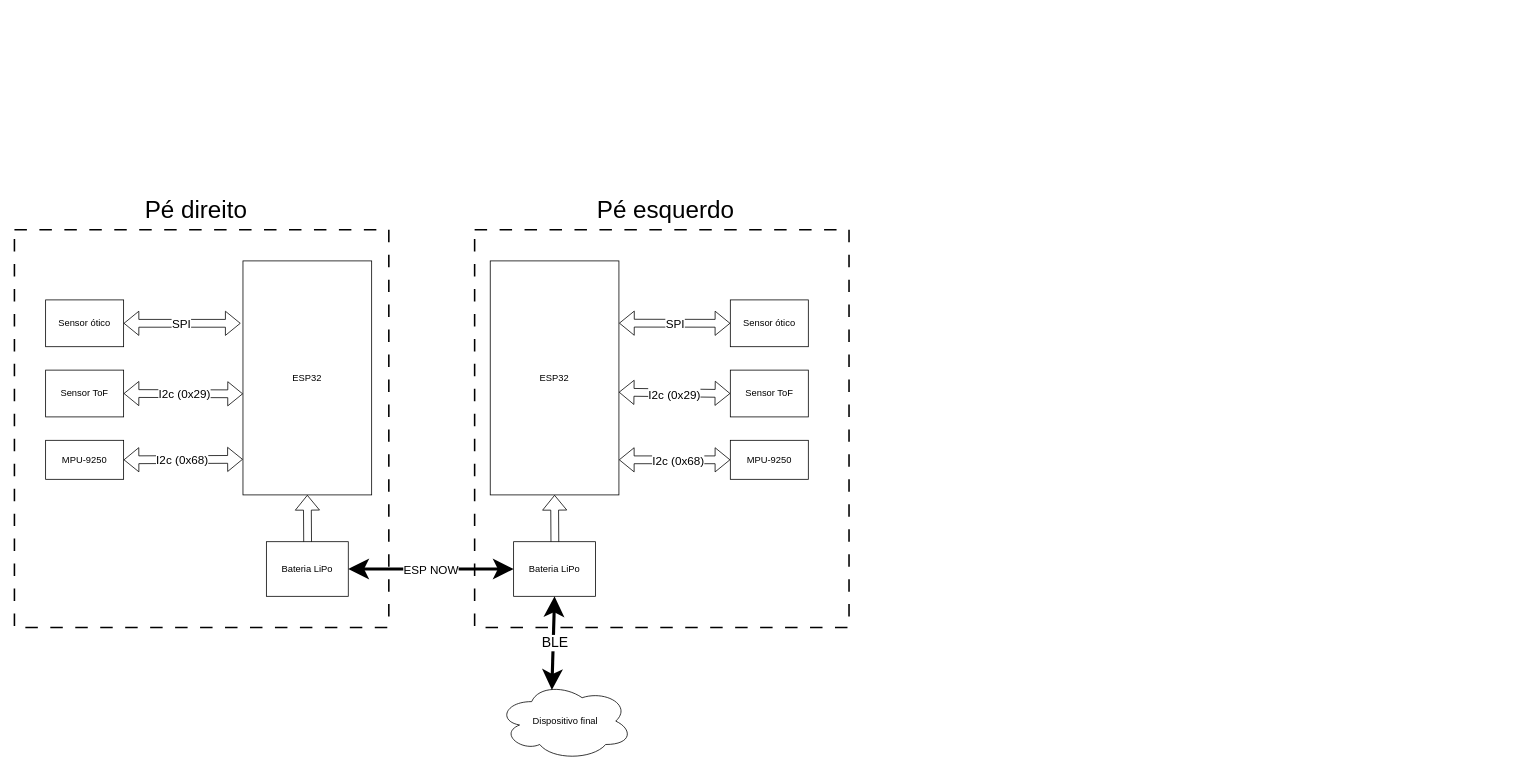
The draw.io diagram diagrama.drawio in SlinkKnight/TCC, before the edit. Source tidied: cells renumbered, new cells numbered last; positions are measured from the earlier drawing's top-left corner, leaving out a move shared by most shapes. Both pictures are drawn from the tidied source at 78%, with x=0, y=0 at pixel (14, 198).
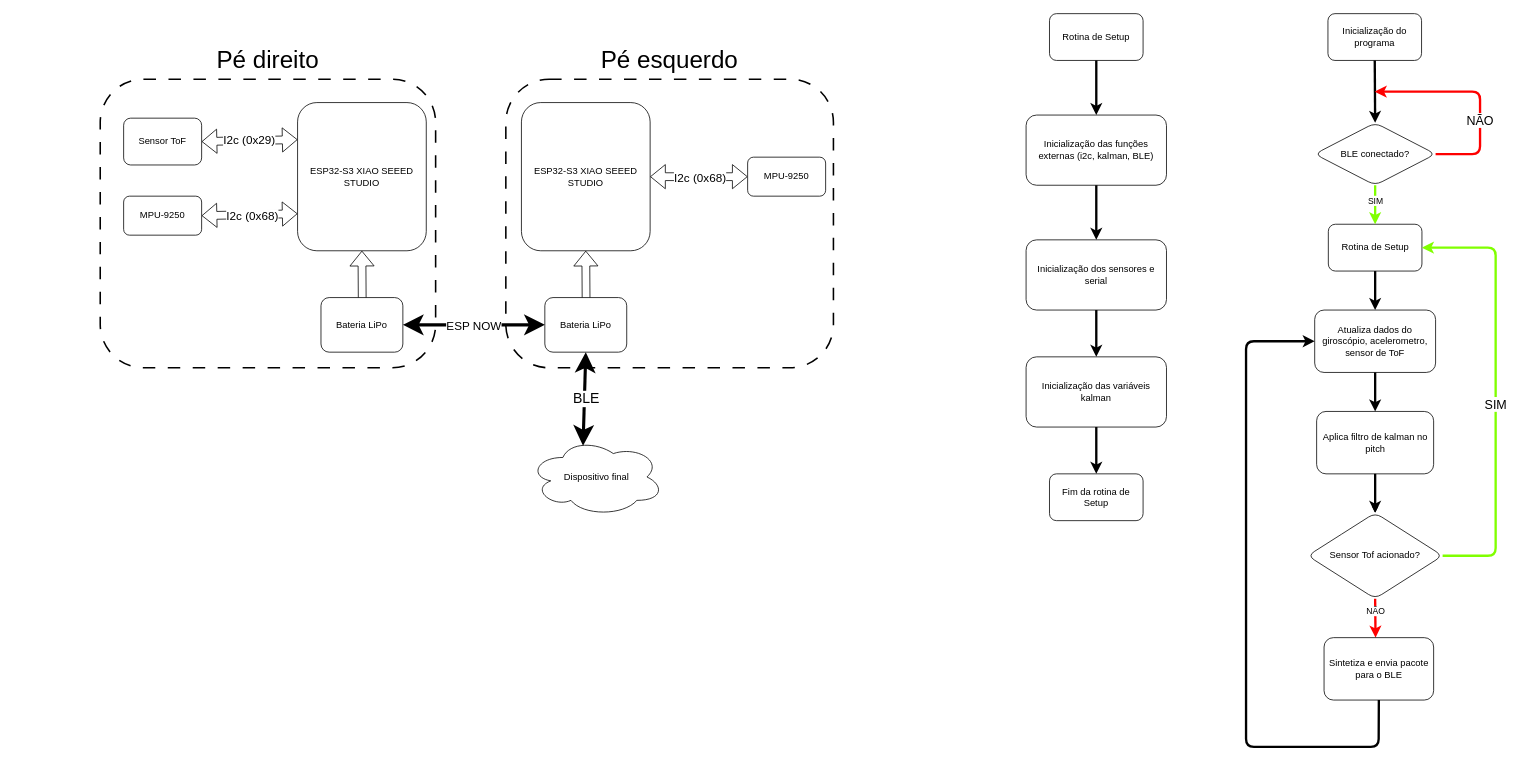
The same page after the edit.

Diff of the diagram source:
```diff
@@
-<mxGraphModel>
+<mxGraphModel background="light-dark(#FFFFFF,#FFFFFF)">
@@
-    <mxCell id="2" value="&lt;div&gt;ESP32&lt;/div&gt;" style="rounded=0;whiteSpace=wrap;html=1;" parent="1" vertex="1">
-      <mxGeometry x="293" y="80" width="165" height="300" as="geometry" />
+    <mxCell id="2" value="&lt;div&gt;ESP32-S3 XIAO SEEED STUDIO&lt;/div&gt;" style="rounded=1;whiteSpace=wrap;html=1;" parent="1" vertex="1">
+      <mxGeometry x="363" y="-123" width="165" height="190" as="geometry" />
     </mxCell>
-    <mxCell id="3" style="shape=flexArrow;endArrow=classic;startArrow=classic;html=1;rounded=0;entryX=1;entryY=0.5;entryDx=0;entryDy=0;exitX=-0.001;exitY=0.848;exitDx=0;exitDy=0;exitPerimeter=0;" parent="1" edge="1" source="2" target="5">
+    <mxCell id="3" style="shape=flexArrow;endArrow=classic;startArrow=classic;html=1;rounded=1;entryX=1;entryY=0.5;entryDx=0;entryDy=0;exitX=0;exitY=0.75;exitDx=0;exitDy=0;" parent="1" edge="1" source="2" target="5">
       <mxGeometry relative="1" as="geometry" />
     </mxCell>
-    <mxCell id="4" value="I2c (0x68)" style="edgeLabel;html=1;align=center;verticalAlign=middle;fontSize=15;" parent="3" vertex="1">
+    <mxCell id="4" value="I2c (0x68)" style="edgeLabel;html=1;align=center;verticalAlign=middle;fontSize=15;rounded=1;" parent="3" vertex="1">
       <mxGeometry x="0.3" y="5" relative="1" as="geometry">
         <mxPoint x="21" y="-5" as="offset" />
       </mxGeometry>
     </mxCell>
+    <mxCell id="9" style="rounded=1;whiteSpace=wrap;html=1;fillColor=none;dashed=1;dashPattern=8 8;strokeWidth=2;" parent="1" vertex="1">
+      <mxGeometry x="110" y="-153" width="430" height="370" as="geometry" />
+    </mxCell>
-    <mxCell id="5" value="MPU-9250" style="rounded=0;whiteSpace=wrap;html=1;" parent="1" vertex="1">
-      <mxGeometry x="40" y="310" width="100" height="50" as="geometry" />
+    <mxCell id="5" value="MPU-9250" style="rounded=1;whiteSpace=wrap;html=1;" parent="1" vertex="1">
+      <mxGeometry x="140" y="-3" width="100" height="50" as="geometry" />
     </mxCell>
-    <mxCell id="6" value="Sensor ToF" style="rounded=0;whiteSpace=wrap;html=1;" parent="1" vertex="1">
-      <mxGeometry x="40" y="220" width="100" height="60" as="geometry" />
+    <mxCell id="6" value="Sensor ToF" style="rounded=1;whiteSpace=wrap;html=1;" parent="1" vertex="1">
+      <mxGeometry x="140" y="-103" width="100" height="60" as="geometry" />
     </mxCell>
-    <mxCell id="7" style="shape=flexArrow;endArrow=classic;startArrow=classic;html=1;rounded=0;exitX=0;exitY=0.568;exitDx=0;exitDy=0;entryX=1;entryY=0.5;entryDx=0;entryDy=0;exitPerimeter=0;" parent="1" edge="1" source="2" target="6">
+    <mxCell id="7" style="shape=flexArrow;endArrow=classic;startArrow=classic;html=1;rounded=1;exitX=0;exitY=0.25;exitDx=0;exitDy=0;entryX=1;entryY=0.5;entryDx=0;entryDy=0;" parent="1" edge="1" source="2" target="6">
       <mxGeometry relative="1" as="geometry" />
     </mxCell>
-    <mxCell id="8" value="&lt;font style=&quot;font-size: 15px;&quot;&gt;I2c (0x29)&lt;/font&gt;" style="edgeLabel;html=1;align=center;verticalAlign=middle;" parent="7" vertex="1">
+    <mxCell id="8" value="&lt;font style=&quot;font-size: 15px;&quot;&gt;I2c (0x29)&lt;/font&gt;" style="edgeLabel;html=1;align=center;verticalAlign=middle;rounded=1;" parent="7" vertex="1">
       <mxGeometry x="-0.09" y="-1" relative="1" as="geometry">
         <mxPoint x="-6" as="offset" />
       </mxGeometry>
     </mxCell>
-    <mxCell id="9" style="rounded=0;whiteSpace=wrap;html=1;fillColor=none;dashed=1;dashPattern=8 8;strokeWidth=2;" parent="1" vertex="1">
-      <mxGeometry y="40" width="480" height="510" as="geometry" />
-    </mxCell>
-    <mxCell id="10" style="shape=flexArrow;endArrow=classic;startArrow=classic;html=1;rounded=0;entryX=1;entryY=0.5;entryDx=0;entryDy=0;" parent="1" edge="1" target="12">
-      <mxGeometry relative="1" as="geometry">
-        <mxPoint x="290" y="160" as="sourcePoint" />
-      </mxGeometry>
-    </mxCell>
-    <mxCell id="11" value="SPI" style="edgeLabel;html=1;align=center;verticalAlign=middle;fontSize=15;labelBorderColor=none;" parent="10" vertex="1">
-      <mxGeometry x="0.17" y="5" relative="1" as="geometry">
-        <mxPoint x="11" y="-5" as="offset" />
-      </mxGeometry>
-    </mxCell>
-    <mxCell id="12" value="Sensor ótico" style="rounded=0;whiteSpace=wrap;html=1;" parent="1" vertex="1">
-      <mxGeometry x="40" y="130" width="100" height="60" as="geometry" />
-    </mxCell>
-    <mxCell id="13" style="shape=flexArrow;endArrow=classic;html=1;rounded=0;entryX=0.5;entryY=1;entryDx=0;entryDy=0;" parent="1" edge="1">
+    <mxCell id="13" style="shape=flexArrow;endArrow=classic;html=1;rounded=1;entryX=0.5;entryY=1;entryDx=0;entryDy=0;" parent="1" edge="1">
       <mxGeometry relative="1" as="geometry">
-        <mxPoint x="376" y="460" as="sourcePoint" />
-        <mxPoint x="375.5" y="380" as="targetPoint" />
+        <mxPoint x="446" y="147" as="sourcePoint" />
+        <mxPoint x="445.5" y="67" as="targetPoint" />
       </mxGeometry>
     </mxCell>
-    <mxCell id="14" value="Bateria LiPo" style="rounded=0;whiteSpace=wrap;html=1;" parent="1" vertex="1">
-      <mxGeometry x="323" y="440" width="105" height="70" as="geometry" />
+    <mxCell id="14" value="Bateria LiPo" style="rounded=1;whiteSpace=wrap;html=1;" parent="1" vertex="1">
+      <mxGeometry x="393" y="127" width="105" height="70" as="geometry" />
     </mxCell>
-    <mxCell id="15" value="&lt;div&gt;ESP32&lt;/div&gt;" style="rounded=0;whiteSpace=wrap;html=1;" parent="1" vertex="1">
-      <mxGeometry x="610" y="80" width="165" height="300" as="geometry" />
+    <mxCell id="15" value="&lt;div&gt;ESP32&lt;span style=&quot;background-color: transparent; color: light-dark(rgb(0, 0, 0), rgb(255, 255, 255));&quot;&gt;-S3 XIAO SEEED STUDIO&lt;/span&gt;&lt;/div&gt;" style="rounded=1;whiteSpace=wrap;html=1;" parent="1" vertex="1">
+      <mxGeometry x="650" y="-123" width="165" height="190" as="geometry" />
     </mxCell>
-    <mxCell id="16" style="shape=flexArrow;endArrow=classic;startArrow=classic;html=1;rounded=0;entryX=0;entryY=0.5;entryDx=0;entryDy=0;exitX=1;exitY=0.85;exitDx=0;exitDy=0;exitPerimeter=0;" parent="1" edge="1" source="15" target="18">
+    <mxCell id="16" style="shape=flexArrow;endArrow=classic;startArrow=classic;html=1;rounded=1;entryX=0;entryY=0.5;entryDx=0;entryDy=0;exitX=1;exitY=0.5;exitDx=0;exitDy=0;" parent="1" edge="1" source="15" target="18">
       <mxGeometry relative="1" as="geometry" />
     </mxCell>
-    <mxCell id="17" value="I2c (0x68)" style="edgeLabel;html=1;align=center;verticalAlign=middle;fontSize=15;" parent="16" vertex="1">
+    <mxCell id="17" value="I2c (0x68)" style="edgeLabel;html=1;align=center;verticalAlign=middle;fontSize=15;rounded=1;" parent="16" vertex="1">
       <mxGeometry x="0.3" y="5" relative="1" as="geometry">
         <mxPoint x="-18" y="5" as="offset" />
       </mxGeometry>
     </mxCell>
-    <mxCell id="18" value="MPU-9250" style="rounded=0;whiteSpace=wrap;html=1;" parent="1" vertex="1">
-      <mxGeometry x="917.8" y="310" width="100" height="50" as="geometry" />
+    <mxCell id="18" value="MPU-9250" style="rounded=1;whiteSpace=wrap;html=1;" parent="1" vertex="1">
+      <mxGeometry x="940" y="-53" width="100" height="50" as="geometry" />
     </mxCell>
-    <mxCell id="19" value="Sensor ToF" style="rounded=0;whiteSpace=wrap;html=1;" parent="1" vertex="1">
-      <mxGeometry x="917.8" y="220" width="100" height="60" as="geometry" />
-    </mxCell>
-    <mxCell id="20" style="shape=flexArrow;endArrow=classic;startArrow=classic;html=1;rounded=0;exitX=0.999;exitY=0.561;exitDx=0;exitDy=0;exitPerimeter=0;entryX=0;entryY=0.5;entryDx=0;entryDy=0;" parent="1" edge="1" source="15" target="19">
-      <mxGeometry relative="1" as="geometry" />
-    </mxCell>
-    <mxCell id="21" value="&lt;font style=&quot;font-size: 15px;&quot;&gt;I2c (0x29)&lt;/font&gt;" style="edgeLabel;html=1;align=center;verticalAlign=middle;" parent="20" vertex="1">
-      <mxGeometry x="-0.09" y="-1" relative="1" as="geometry">
-        <mxPoint x="6" as="offset" />
-      </mxGeometry>
-    </mxCell>
-    <mxCell id="22" style="shape=flexArrow;endArrow=classic;startArrow=classic;html=1;rounded=0;entryX=0;entryY=0.5;entryDx=0;entryDy=0;exitX=1.001;exitY=0.266;exitDx=0;exitDy=0;exitPerimeter=0;" parent="1" edge="1" source="15" target="24">
-      <mxGeometry relative="1" as="geometry" />
-    </mxCell>
-    <mxCell id="23" value="SPI" style="edgeLabel;html=1;align=center;verticalAlign=middle;fontSize=15;labelBorderColor=none;" parent="22" vertex="1">
-      <mxGeometry x="0.17" y="5" relative="1" as="geometry">
-        <mxPoint x="-12" y="5" as="offset" />
-      </mxGeometry>
-    </mxCell>
-    <mxCell id="24" value="Sensor ótico" style="rounded=0;whiteSpace=wrap;html=1;" parent="1" vertex="1">
-      <mxGeometry x="917.8" y="130" width="100" height="60" as="geometry" />
-    </mxCell>
-    <mxCell id="25" style="shape=flexArrow;endArrow=classic;html=1;rounded=0;entryX=0.5;entryY=1;entryDx=0;entryDy=0;" parent="1" edge="1">
+    <mxCell id="25" style="shape=flexArrow;endArrow=classic;html=1;rounded=1;entryX=0.5;entryY=1;entryDx=0;entryDy=0;" parent="1" edge="1">
       <mxGeometry relative="1" as="geometry">
-        <mxPoint x="693" y="460" as="sourcePoint" />
-        <mxPoint x="692.5" y="380" as="targetPoint" />
+        <mxPoint x="733" y="147" as="sourcePoint" />
+        <mxPoint x="732.5" y="67" as="targetPoint" />
       </mxGeometry>
     </mxCell>
-    <mxCell id="26" value="Bateria LiPo" style="rounded=0;whiteSpace=wrap;html=1;" parent="1" vertex="1">
-      <mxGeometry x="640" y="440" width="105" height="70" as="geometry" />
+    <mxCell id="26" value="Bateria LiPo" style="rounded=1;whiteSpace=wrap;html=1;" parent="1" vertex="1">
+      <mxGeometry x="680" y="127" width="105" height="70" as="geometry" />
     </mxCell>
-    <mxCell id="27" value="Pé direito" style="text;html=1;whiteSpace=wrap;strokeColor=none;fillColor=none;align=center;verticalAlign=middle;rounded=0;fontSize=31;" parent="1" vertex="1">
-      <mxGeometry x="143" width="180" height="30" as="geometry" />
+    <mxCell id="27" value="Pé direito" style="text;html=1;whiteSpace=wrap;strokeColor=none;fillColor=none;align=center;verticalAlign=middle;rounded=1;fontSize=31;" parent="1" vertex="1">
+      <mxGeometry x="235" y="-193" width="180" height="30" as="geometry" />
     </mxCell>
-    <mxCell id="28" style="rounded=0;whiteSpace=wrap;html=1;fillColor=none;dashed=1;dashPattern=8 8;strokeWidth=2;" parent="1" vertex="1">
-      <mxGeometry x="590" y="40" width="480" height="510" as="geometry" />
-    </mxCell>
-    <mxCell id="29" value="Pé esquerdo" style="text;html=1;whiteSpace=wrap;strokeColor=none;fillColor=none;align=center;verticalAlign=middle;rounded=0;fontSize=31;" parent="1" vertex="1">
-      <mxGeometry x="745" width="180" height="30" as="geometry" />
+    <mxCell id="29" value="Pé esquerdo" style="text;html=1;whiteSpace=wrap;strokeColor=none;fillColor=none;align=center;verticalAlign=middle;rounded=1;fontSize=31;" parent="1" vertex="1">
+      <mxGeometry x="750" y="-193" width="180" height="30" as="geometry" />
     </mxCell>
-    <mxCell id="30" style="endArrow=classic;startArrow=classic;html=1;rounded=0;exitX=1;exitY=0.5;exitDx=0;exitDy=0;entryX=0;entryY=0.5;entryDx=0;entryDy=0;endSize=14;startSize=14;strokeWidth=4;" parent="1" edge="1" source="14" target="26">
+    <mxCell id="30" style="endArrow=classic;startArrow=classic;html=1;rounded=1;exitX=1;exitY=0.5;exitDx=0;exitDy=0;entryX=0;entryY=0.5;entryDx=0;entryDy=0;endSize=14;startSize=14;strokeWidth=4;" parent="1" edge="1" source="14" target="26">
       <mxGeometry relative="1" as="geometry" />
     </mxCell>
-    <mxCell id="31" value="ESP NOW" style="edgeLabel;html=1;align=center;verticalAlign=middle;fontSize=15;" parent="30" vertex="1">
+    <mxCell id="31" value="ESP NOW" style="edgeLabel;html=1;align=center;verticalAlign=middle;fontSize=15;rounded=1;" parent="30" vertex="1">
       <mxGeometry x="0.03" y="4" relative="1" as="geometry">
         <mxPoint x="-4" y="4" as="offset" />
       </mxGeometry>
     </mxCell>
-    <mxCell id="32" value="Dispositivo final" style="ellipse;shape=cloud;whiteSpace=wrap;html=1;" parent="1" vertex="1">
-      <mxGeometry x="620" y="620" width="172.5" height="100" as="geometry" />
+    <mxCell id="32" value="Dispositivo final" style="ellipse;shape=cloud;whiteSpace=wrap;html=1;rounded=1;" parent="1" vertex="1">
+      <mxGeometry x="660" y="307" width="172.5" height="100" as="geometry" />
     </mxCell>
-    <mxCell id="33" style="endArrow=classic;startArrow=classic;html=1;rounded=0;endSize=14;startSize=14;strokeWidth=4;exitX=0.5;exitY=1;exitDx=0;exitDy=0;entryX=0.4;entryY=0.1;entryDx=0;entryDy=0;entryPerimeter=0;" parent="1" edge="1" source="26" target="32">
+    <mxCell id="33" style="endArrow=classic;startArrow=classic;html=1;rounded=1;endSize=14;startSize=14;strokeWidth=4;exitX=0.5;exitY=1;exitDx=0;exitDy=0;entryX=0.4;entryY=0.1;entryDx=0;entryDy=0;entryPerimeter=0;" parent="1" edge="1" source="26" target="32">
       <mxGeometry relative="1" as="geometry" />
     </mxCell>
-    <mxCell id="34" value="&lt;font style=&quot;font-size: 18px;&quot;&gt;BLE&lt;/font&gt;" style="edgeLabel;html=1;align=center;verticalAlign=middle;fontSize=15;" parent="33" vertex="1">
+    <mxCell id="34" value="&lt;font style=&quot;font-size: 18px;&quot;&gt;BLE&lt;/font&gt;" style="edgeLabel;html=1;align=center;verticalAlign=middle;fontSize=15;rounded=1;" parent="33" vertex="1">
       <mxGeometry x="0.03" y="4" relative="1" as="geometry">
         <mxPoint x="-2" y="-3" as="offset" />
       </mxGeometry>
     </mxCell>
+    <mxCell id="35" style="rounded=1;whiteSpace=wrap;html=1;fillColor=none;dashed=1;dashPattern=8 8;strokeWidth=2;" parent="1" vertex="1">
+      <mxGeometry x="630" y="-153" width="420" height="370" as="geometry" />
+    </mxCell>
+    <mxCell id="36" value="Inicialização do programa" style="rounded=1;whiteSpace=wrap;html=1;labelBackgroundColor=none;" parent="1" vertex="1">
+      <mxGeometry x="1684" y="-237" width="120" height="60" as="geometry" />
+    </mxCell>
+    <mxCell id="37" value="Rotina de Setup" style="rounded=1;whiteSpace=wrap;html=1;labelBackgroundColor=none;" parent="1" vertex="1">
+      <mxGeometry x="1684.5" y="33" width="120" height="60" as="geometry" />
+    </mxCell>
+    <mxCell id="38" value="&lt;div&gt;Atualiza dados do giroscópio, acelerometro, sensor de ToF&lt;/div&gt;" style="rounded=1;whiteSpace=wrap;html=1;labelBackgroundColor=none;" parent="1" vertex="1">
+      <mxGeometry x="1667" y="143" width="155" height="80" as="geometry" />
+    </mxCell>
+    <mxCell id="39" style="endArrow=classic;html=1;rounded=1;entryX=0.5;entryY=0;entryDx=0;entryDy=0;exitX=0.5;exitY=1;exitDx=0;exitDy=0;labelBackgroundColor=none;fontColor=default;strokeWidth=3;" parent="1" edge="1" source="37" target="38">
+      <mxGeometry relative="1" as="geometry" />
+    </mxCell>
+    <mxCell id="40" style="edgeStyle=orthogonalEdgeStyle;rounded=0;jettySize=auto;html=1;" parent="1" edge="1" source="41" target="44">
+      <mxGeometry relative="1" as="geometry" />
+    </mxCell>
+    <mxCell id="41" value="Aplica filtro de kalman no pitch" style="rounded=1;whiteSpace=wrap;html=1;labelBackgroundColor=none;" parent="1" vertex="1">
+      <mxGeometry x="1669.5" y="273" width="150" height="80" as="geometry" />
+    </mxCell>
+    <mxCell id="42" style="endArrow=classic;html=1;rounded=1;entryX=0.5;entryY=0;entryDx=0;entryDy=0;exitX=0.5;exitY=1;exitDx=0;exitDy=0;labelBackgroundColor=none;fontColor=default;strokeWidth=3;" parent="1" edge="1" source="38" target="41">
+      <mxGeometry relative="1" as="geometry" />
+    </mxCell>
+    <mxCell id="43" style="endArrow=classic;html=1;rounded=1;exitX=0.5;exitY=1;exitDx=0;exitDy=0;entryX=0.5;entryY=0;entryDx=0;entryDy=0;labelBackgroundColor=none;fontColor=default;strokeWidth=3;" parent="1" edge="1" source="41" target="44">
+      <mxGeometry relative="1" as="geometry" />
+    </mxCell>
+    <mxCell id="44" value="Sensor Tof acionado?" style="rhombus;whiteSpace=wrap;html=1;labelBackgroundColor=none;rounded=1;" parent="1" vertex="1">
+      <mxGeometry x="1658" y="403" width="173" height="110" as="geometry" />
+    </mxCell>
+    <mxCell id="45" style="endArrow=classic;html=1;rounded=1;entryX=0;entryY=0.5;entryDx=0;entryDy=0;labelBackgroundColor=none;fontColor=default;exitX=0.5;exitY=1;exitDx=0;exitDy=0;strokeWidth=3;" parent="1" edge="1" source="50" target="38">
+      <mxGeometry relative="1" as="geometry">
+        <Array as="points">
+          <mxPoint x="1749" y="703" />
+          <mxPoint x="1579" y="703" />
+          <mxPoint x="1579" y="183" />
+        </Array>
+      </mxGeometry>
+    </mxCell>
+    <mxCell id="46" style="endArrow=classic;html=1;rounded=1;exitX=1;exitY=0.5;exitDx=0;exitDy=0;labelBackgroundColor=none;fontColor=default;entryX=1;entryY=0.5;entryDx=0;entryDy=0;strokeWidth=3;strokeColor=#80FF00;" parent="1" edge="1" source="44" target="37">
+      <mxGeometry relative="1" as="geometry">
+        <Array as="points">
+          <mxPoint x="1899" y="458" />
+          <mxPoint x="1899" y="63" />
+        </Array>
+      </mxGeometry>
+    </mxCell>
+    <mxCell id="47" value="SIM" style="edgeLabel;html=1;align=center;verticalAlign=middle;rounded=1;fontSize=16;" parent="46" vertex="1">
+      <mxGeometry x="0.26" y="-3" relative="1" as="geometry">
+        <mxPoint x="-4" y="88" as="offset" />
+      </mxGeometry>
+    </mxCell>
+    <mxCell id="48" style="endArrow=classic;html=1;rounded=1;exitX=0.5;exitY=1;exitDx=0;exitDy=0;labelBackgroundColor=none;fontColor=default;strokeWidth=3;fillColor=#a20025;strokeColor=light-dark(#FE0000,#FF0000);" parent="1" edge="1" source="44">
+      <mxGeometry relative="1" as="geometry">
+        <mxPoint x="1745" y="563" as="targetPoint" />
+      </mxGeometry>
+    </mxCell>
+    <mxCell id="49" value="NÃO" style="edgeLabel;html=1;align=center;verticalAlign=middle;rounded=1;" parent="48" vertex="1">
+      <mxGeometry x="-0.56" y="2" relative="1" as="geometry">
+        <mxPoint x="-2" y="5" as="offset" />
+      </mxGeometry>
+    </mxCell>
+    <mxCell id="50" value="Sintetiza e envia pacote para o BLE" style="rounded=1;whiteSpace=wrap;html=1;labelBackgroundColor=none;" parent="1" vertex="1">
+      <mxGeometry x="1679" y="563" width="140.5" height="80" as="geometry" />
+    </mxCell>
+    <mxCell id="51" value="&lt;span&gt;BLE conectado?&lt;/span&gt;" style="rhombus;whiteSpace=wrap;html=1;fontStyle=0;labelBackgroundColor=none;rounded=1;" parent="1" vertex="1">
+      <mxGeometry x="1667" y="-97" width="155" height="80" as="geometry" />
+    </mxCell>
+    <mxCell id="52" style="endArrow=classic;html=1;rounded=1;exitX=0.5;exitY=1;exitDx=0;exitDy=0;entryX=0.5;entryY=0;entryDx=0;entryDy=0;labelBackgroundColor=none;fontColor=default;strokeWidth=3;fillColor=#60a917;strokeColor=#80FF00;" parent="1" edge="1" source="51" target="37">
+      <mxGeometry relative="1" as="geometry" />
+    </mxCell>
+    <mxCell id="53" value="SIM" style="edgeLabel;html=1;align=center;verticalAlign=middle;rounded=1;" parent="52" vertex="1">
+      <mxGeometry x="-0.23" relative="1" as="geometry" />
+    </mxCell>
+    <mxCell id="54" style="endArrow=classic;html=1;rounded=1;exitX=0.5;exitY=1;exitDx=0;exitDy=0;entryX=0.5;entryY=0;entryDx=0;entryDy=0;labelBackgroundColor=none;fontColor=default;strokeWidth=3;" parent="1" edge="1" source="36" target="51">
+      <mxGeometry relative="1" as="geometry" />
+    </mxCell>
+    <mxCell id="55" style="endArrow=classic;html=1;rounded=1;exitX=1;exitY=0.5;exitDx=0;exitDy=0;labelBackgroundColor=none;fontColor=default;fillColor=#a20025;strokeColor=light-dark(#FE0000,#FF0000);strokeWidth=3;" parent="1" edge="1" source="51">
+      <mxGeometry relative="1" as="geometry">
+        <mxPoint x="1744" y="-137" as="targetPoint" />
+        <Array as="points">
+          <mxPoint x="1879" y="-57" />
+          <mxPoint x="1879" y="-137" />
+        </Array>
+      </mxGeometry>
+    </mxCell>
+    <mxCell id="56" value="NÃO" style="edgeLabel;html=1;align=center;verticalAlign=middle;rounded=1;fontSize=16;" parent="55" vertex="1">
+      <mxGeometry x="-0.83" y="-1" relative="1" as="geometry">
+        <mxPoint x="33" y="-45" as="offset" />
+      </mxGeometry>
+    </mxCell>
+    <mxCell id="57" value="Rotina de Setup" style="rounded=1;whiteSpace=wrap;html=1;labelBackgroundColor=none;" parent="1" vertex="1">
+      <mxGeometry x="1327" y="-237" width="120" height="60" as="geometry" />
+    </mxCell>
+    <mxCell id="58" style="endArrow=classic;html=1;rounded=1;exitX=0.5;exitY=1;exitDx=0;exitDy=0;labelBackgroundColor=none;fontColor=default;strokeWidth=3;" parent="1" edge="1" source="57">
+      <mxGeometry relative="1" as="geometry">
+        <mxPoint x="1387" y="-107" as="targetPoint" />
+      </mxGeometry>
+    </mxCell>
+    <mxCell id="59" value="Inicialização das funções externas (i2c, kalman, BLE)" style="rounded=1;whiteSpace=wrap;html=1;labelBackgroundColor=none;" parent="1" vertex="1">
+      <mxGeometry x="1297" y="-107" width="180" height="90" as="geometry" />
+    </mxCell>
+    <mxCell id="60" value="Inicialização dos sensores e serial" style="rounded=1;whiteSpace=wrap;html=1;labelBackgroundColor=none;" parent="1" vertex="1">
+      <mxGeometry x="1297" y="53" width="180" height="90" as="geometry" />
+    </mxCell>
+    <mxCell id="61" style="endArrow=classic;html=1;rounded=1;exitX=0.5;exitY=1;exitDx=0;exitDy=0;entryX=0.5;entryY=0;entryDx=0;entryDy=0;labelBackgroundColor=none;fontColor=default;strokeWidth=3;" parent="1" edge="1" source="59" target="60">
+      <mxGeometry relative="1" as="geometry" />
+    </mxCell>
+    <mxCell id="62" value="Inicialização das variáveis kalman" style="rounded=1;whiteSpace=wrap;html=1;labelBackgroundColor=none;" parent="1" vertex="1">
+      <mxGeometry x="1297" y="203" width="180" height="90" as="geometry" />
+    </mxCell>
+    <mxCell id="63" style="endArrow=classic;html=1;rounded=1;exitX=0.5;exitY=1;exitDx=0;exitDy=0;labelBackgroundColor=none;fontColor=default;strokeWidth=3;" parent="1" edge="1" source="60" target="62">
+      <mxGeometry relative="1" as="geometry" />
+    </mxCell>
+    <mxCell id="64" value="Fim da rotina de Setup" style="rounded=1;whiteSpace=wrap;html=1;labelBackgroundColor=none;" parent="1" vertex="1">
+      <mxGeometry x="1327" y="353" width="120" height="60" as="geometry" />
+    </mxCell>
+    <mxCell id="65" style="endArrow=classic;html=1;rounded=1;exitX=0.5;exitY=1;exitDx=0;exitDy=0;entryX=0.5;entryY=0;entryDx=0;entryDy=0;labelBackgroundColor=none;fontColor=default;strokeWidth=3;" parent="1" edge="1" source="62" target="64">
+      <mxGeometry relative="1" as="geometry" />
+    </mxCell>
```
